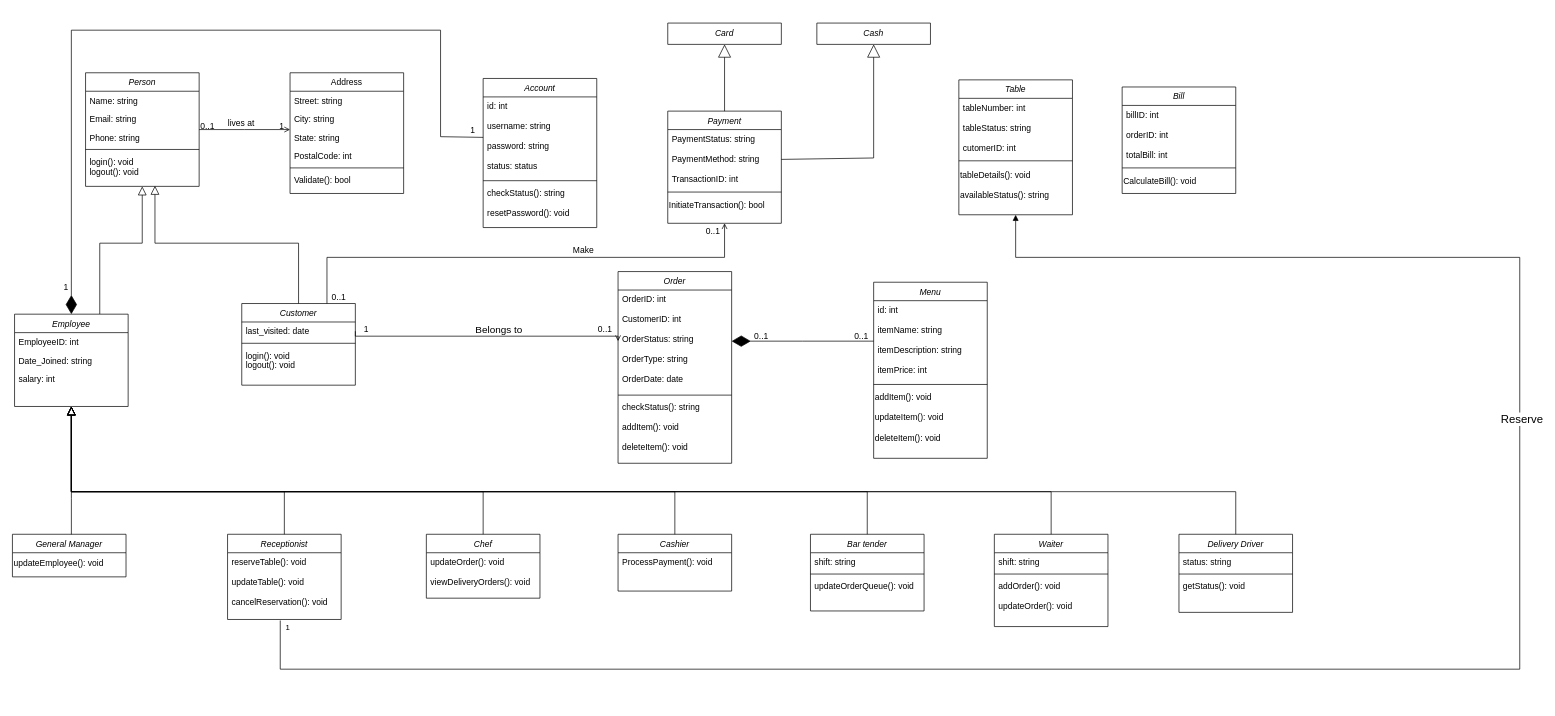
The draw.io diagram Restaurant Management System Class Diagram.drawio in Akthar99/Restaurant-Management-System, before the edit. Source tidied: cells renumbered, new cells numbered last; positions are measured from the earlier drawing's top-left corner, leaving out a move shared by most shapes. Both pictures are drawn from the tidied source at 71%, with x=0, y=0 at pixel (12, 23).
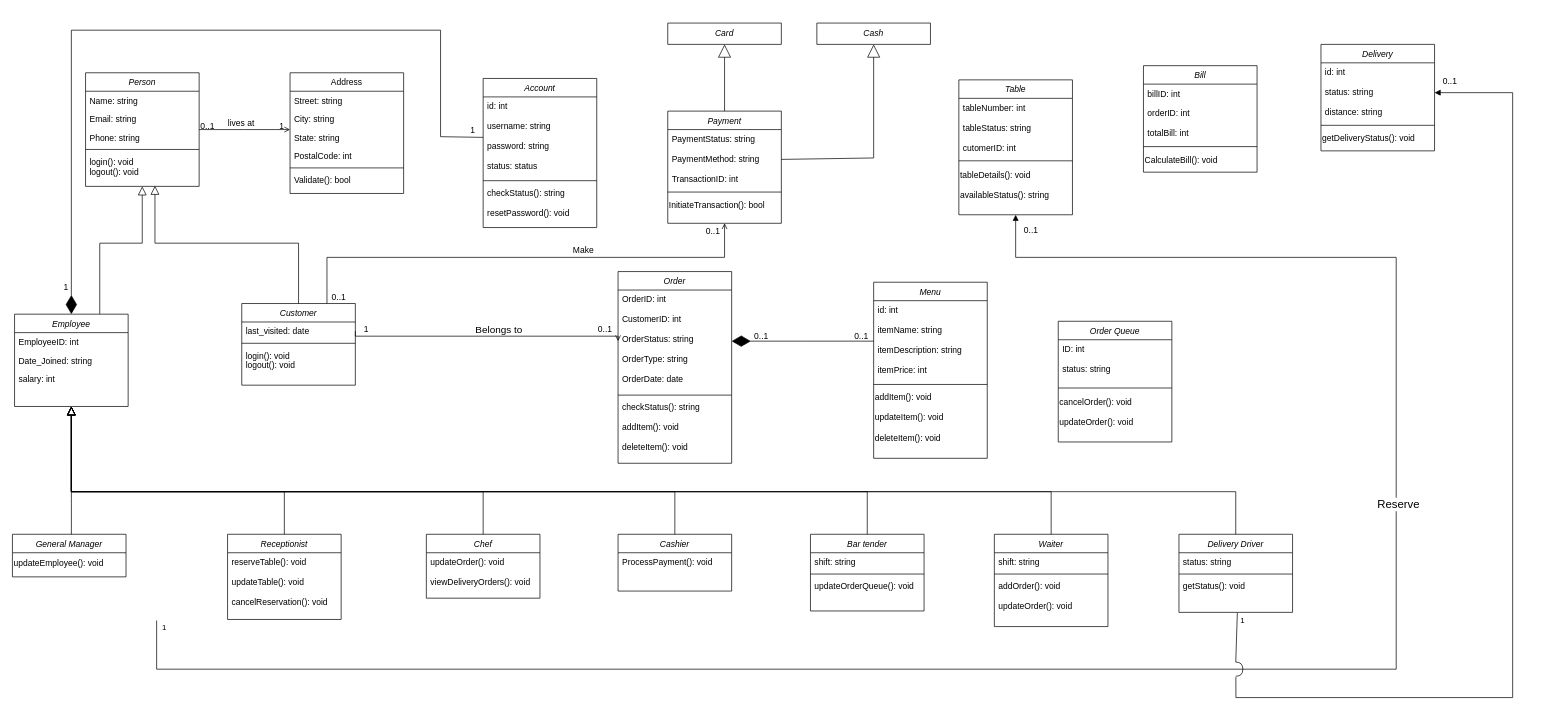
The same page after the edit.

The change refers to these unchanged cells:
```xml
<mxCell id="25" value="reserveTable(): void&#10;&#10;updateTable(): void&#10;&#10;cancelReservation(): void&#10;" style="text;align=left;verticalAlign=top;spacingLeft=4;spacingRight=4;overflow=hidden;points=[[0,0.5],[1,0.5]];portConstraint=eastwest;" parent="24" vertex="1">
  <mxGeometry y="26" width="160" height="94" as="geometry" />
</mxCell>
<mxCell id="47" value="getStatus(): void" style="text;align=left;verticalAlign=top;spacingLeft=4;spacingRight=4;overflow=hidden;points=[[0,0.5],[1,0.5]];portConstraint=eastwest;" parent="44" vertex="1">
  <mxGeometry y="60" width="160" height="48" as="geometry" />
</mxCell>
<mxCell id="89" value="Table" style="swimlane;fontStyle=2;align=center;verticalAlign=top;horizontal=1;startSize=26;rounded=0;shadow=0;strokeWidth=1;" parent="1" vertex="1">
  <mxGeometry x="1333" y="80" width="160" height="190" as="geometry" />
</mxCell>
```

Diff of the diagram source:
```diff
@@
     <mxCell id="93" value="Bill" style="swimlane;fontStyle=2;align=center;verticalAlign=top;horizontal=1;startSize=26;rounded=0;shadow=0;strokeWidth=1;" parent="1" vertex="1">
-      <mxGeometry x="1563" y="90" width="160" height="150" as="geometry" />
+      <mxGeometry x="1593" y="60" width="160" height="150" as="geometry" />
     </mxCell>
@@
-    <mxCell id="98" style="endArrow=block;endFill=1;html=1;edgeStyle=orthogonalEdgeStyle;align=left;verticalAlign=top;rounded=0;exitX=0.464;exitY=1.015;exitDx=0;exitDy=0;exitPerimeter=0;entryX=0.5;entryY=1;entryDx=0;entryDy=0;" parent="1" edge="1" source="25" target="89">
+    <mxCell id="98" style="endArrow=block;endFill=1;html=1;edgeStyle=orthogonalEdgeStyle;align=left;verticalAlign=top;rounded=0;exitX=0.464;exitY=1.015;exitDx=0;exitDy=0;exitPerimeter=0;entryX=0.5;entryY=1;entryDx=0;entryDy=0;" parent="1" edge="1" target="89">
       <mxGeometry x="-1" relative="1" as="geometry">
+        <mxPoint x="203.1" y="841.4" as="sourcePoint" />
         <Array as="points">
-          <mxPoint x="377" y="910" />
-          <mxPoint x="2123" y="910" />
-          <mxPoint x="2123" y="330" />
+          <mxPoint x="203" y="910" />
+          <mxPoint x="1949" y="910" />
+          <mxPoint x="1949" y="330" />
           <mxPoint x="1413" y="330" />
         </Array>
       </mxGeometry>
     </mxCell>
@@
+    <mxCell id="101" value="Order Queue" style="swimlane;fontStyle=2;align=center;verticalAlign=top;horizontal=1;startSize=26;rounded=0;shadow=0;strokeWidth=1;" parent="1" vertex="1">
+      <mxGeometry x="1473" y="420" width="160" height="170" as="geometry" />
+    </mxCell>
+    <mxCell id="102" value="ID: int&#10;&#10;status: string&#10;" style="text;align=left;verticalAlign=top;spacingLeft=4;spacingRight=4;overflow=hidden;" parent="101" vertex="1">
+      <mxGeometry y="26" width="160" height="64" as="geometry" />
+    </mxCell>
+    <mxCell id="103" style="line;html=1;strokeWidth=1;align=left;verticalAlign=middle;spacingTop=-1;spacingLeft=3;spacingRight=3;labelPosition=right;" parent="101" vertex="1">
+      <mxGeometry y="90" width="160" height="8" as="geometry" />
+    </mxCell>
+    <mxCell id="104" value="&lt;div&gt;cancelOrder(): void&lt;/div&gt;&lt;div&gt;&lt;br&gt;&lt;/div&gt;&lt;div&gt;updateOrder(): void&lt;br&gt;&lt;/div&gt;" style="text;html=1;align=left;verticalAlign=middle;strokeColor=none;fillColor=none;" parent="101" vertex="1">
+      <mxGeometry y="98" width="160" height="60" as="geometry" />
+    </mxCell>
+    <mxCell id="105" value="0..1" style="align=left;verticalAlign=bottom;labelBackgroundColor=none;fontSize=12;" parent="1" vertex="1">
+      <mxGeometry x="1423" y="300" as="geometry" />
+    </mxCell>
+    <mxCell id="106" value="Delivery" style="swimlane;fontStyle=2;align=center;verticalAlign=top;horizontal=1;startSize=26;rounded=0;shadow=0;strokeWidth=1;" parent="1" vertex="1">
+      <mxGeometry x="1843" y="30" width="160" height="150" as="geometry" />
+    </mxCell>
+    <mxCell id="107" value="id: int&#10;&#10;status: string &#10;&#10;distance: string&#10;" style="text;align=left;verticalAlign=top;spacingLeft=4;spacingRight=4;overflow=hidden;points=[[0,0.5],[1,0.5]];portConstraint=eastwest;" parent="106" vertex="1">
+      <mxGeometry y="26" width="160" height="84" as="geometry" />
+    </mxCell>
+    <mxCell id="108" style="line;html=1;strokeWidth=1;align=left;verticalAlign=middle;spacingTop=-1;spacingLeft=3;spacingRight=3;labelPosition=right;" parent="106" vertex="1">
+      <mxGeometry y="110" width="160" height="8" as="geometry" />
+    </mxCell>
+    <mxCell id="109" value="getDeliveryStatus(): void" style="text;html=1;align=left;verticalAlign=middle;strokeColor=none;fillColor=none;" parent="106" vertex="1">
+      <mxGeometry y="118" width="160" height="30" as="geometry" />
+    </mxCell>
+    <mxCell id="110" style="endArrow=block;endFill=1;html=1;edgeStyle=orthogonalEdgeStyle;align=left;verticalAlign=top;rounded=0;entryX=1;entryY=0.5;entryDx=0;entryDy=0;exitX=0.018;exitY=1.06;exitDx=0;exitDy=0;exitPerimeter=0;" parent="1" edge="1" source="113" target="107">
+      <mxGeometry x="-1" relative="1" as="geometry">
+        <Array as="points">
+          <mxPoint x="1723" y="950" />
+          <mxPoint x="2113" y="950" />
+          <mxPoint x="2113" y="98" />
+        </Array>
+      </mxGeometry>
+    </mxCell>
+    <mxCell id="111" value="1" style="edgeLabel;html=1;align=left;verticalAlign=bottom;" parent="110" vertex="1">
+      <mxGeometry x="-1" relative="1" as="geometry">
+        <mxPoint x="5" y="-71" as="offset" />
+      </mxGeometry>
+    </mxCell>
+    <mxCell id="112" style="endArrow=none;html=1;rounded=0;entryX=0.514;entryY=1.055;entryDx=0;entryDy=0;entryPerimeter=0;exitX=0;exitY=0;exitDx=0;exitDy=0;exitPerimeter=0;" parent="1" edge="1" source="113" target="47">
+      <mxGeometry relative="1" as="geometry" />
+    </mxCell>
+    <mxCell id="113" style="shape=requiredInterface;html=1;verticalLabelPosition=bottom;sketch=0;" parent="1" vertex="1">
+      <mxGeometry x="1723" y="900" width="10" height="20" as="geometry" />
+    </mxCell>
+    <mxCell id="114" value="0..1" style="align=left;verticalAlign=bottom;labelBackgroundColor=none;fontSize=12;" parent="1" vertex="1">
+      <mxGeometry x="2013" y="90" as="geometry" />
+    </mxCell>
```
